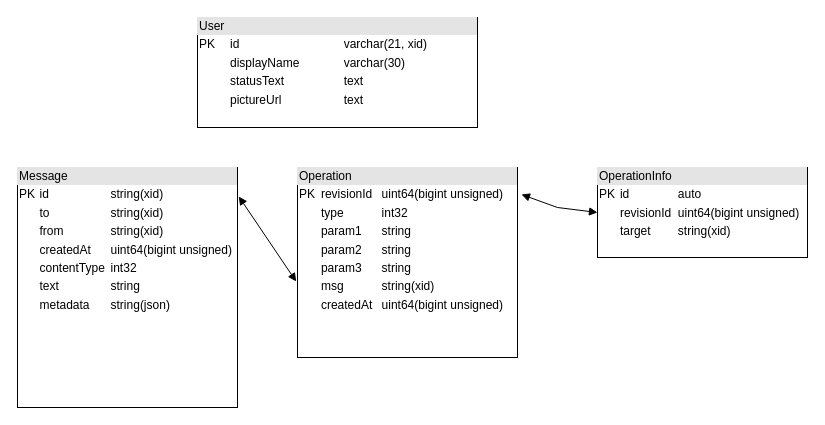
Before: document/データ設計.drawio in x0y14/msnger, a draw.io diagram. Source tidied: cells renumbered, new cells numbered last; positions are measured from the earlier drawing's top-left corner, leaving out a move shared by most shapes. Both pictures are drawn from the tidied source at 100%, with x=0, y=0 at pixel (17, 17).
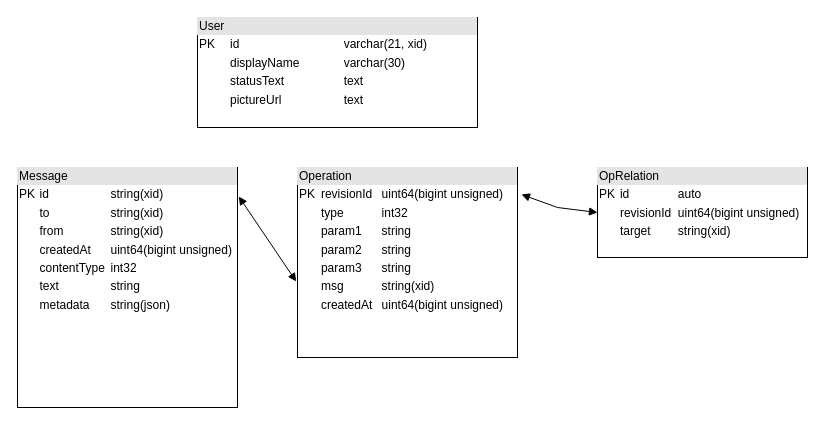
Above is the later version.

Diff of the diagram source:
```diff
@@
 <mxGraphModel>
   <root>
     <mxCell id="0" />
     <mxCell id="1" parent="0" />
     <mxCell id="2" value="&lt;div style=&quot;box-sizing: border-box ; width: 100% ; background: #e4e4e4 ; padding: 2px&quot;&gt;Operation&lt;/div&gt;&lt;table style=&quot;width: 100% ; font-size: 1em&quot; cellpadding=&quot;2&quot; cellspacing=&quot;0&quot;&gt;&lt;tbody&gt;&lt;tr&gt;&lt;td&gt;PK&lt;/td&gt;&lt;td&gt;revisionId&lt;/td&gt;&lt;td&gt;uint64(bigint unsigned)&lt;/td&gt;&lt;/tr&gt;&lt;tr&gt;&lt;td&gt;&lt;br&gt;&lt;/td&gt;&lt;td&gt;type&lt;/td&gt;&lt;td&gt;int32&lt;/td&gt;&lt;/tr&gt;&lt;tr&gt;&lt;td&gt;&lt;/td&gt;&lt;td&gt;param1&lt;/td&gt;&lt;td&gt;string&lt;/td&gt;&lt;/tr&gt;&lt;tr&gt;&lt;td&gt;&lt;br&gt;&lt;/td&gt;&lt;td&gt;param2&lt;/td&gt;&lt;td&gt;string&lt;/td&gt;&lt;/tr&gt;&lt;tr&gt;&lt;td&gt;&lt;br&gt;&lt;/td&gt;&lt;td&gt;param3&lt;/td&gt;&lt;td&gt;string&lt;/td&gt;&lt;/tr&gt;&lt;tr&gt;&lt;td&gt;&lt;br&gt;&lt;/td&gt;&lt;td&gt;msg&lt;/td&gt;&lt;td&gt;string(xid)&lt;/td&gt;&lt;/tr&gt;&lt;tr&gt;&lt;td&gt;&lt;br&gt;&lt;/td&gt;&lt;td&gt;createdAt&lt;/td&gt;&lt;td&gt;uint64(bigint unsigned)&lt;/td&gt;&lt;/tr&gt;&lt;/tbody&gt;&lt;/table&gt;" style="verticalAlign=top;align=left;overflow=fill;html=1;" parent="1" vertex="1">
       <mxGeometry x="280" y="150" width="220" height="190" as="geometry" />
     </mxCell>
-    <mxCell id="3" value="&lt;div style=&quot;box-sizing: border-box ; width: 100% ; background: #e4e4e4 ; padding: 2px&quot;&gt;OperationInfo&lt;/div&gt;&lt;table style=&quot;width: 100% ; font-size: 1em&quot; cellpadding=&quot;2&quot; cellspacing=&quot;0&quot;&gt;&lt;tbody&gt;&lt;tr&gt;&lt;td&gt;PK&lt;/td&gt;&lt;td&gt;id&lt;/td&gt;&lt;td&gt;auto&lt;/td&gt;&lt;/tr&gt;&lt;tr&gt;&lt;td&gt;&lt;br&gt;&lt;/td&gt;&lt;td&gt;revisionId&lt;/td&gt;&lt;td&gt;uint64(bigint unsigned)&lt;/td&gt;&lt;/tr&gt;&lt;tr&gt;&lt;td&gt;&lt;/td&gt;&lt;td&gt;target&lt;/td&gt;&lt;td&gt;string(xid)&lt;/td&gt;&lt;/tr&gt;&lt;/tbody&gt;&lt;/table&gt;" style="verticalAlign=top;align=left;overflow=fill;html=1;" parent="1" vertex="1">
+    <mxCell id="3" value="&lt;div style=&quot;box-sizing: border-box ; width: 100% ; background: #e4e4e4 ; padding: 2px&quot;&gt;OpRelation&lt;/div&gt;&lt;table style=&quot;width: 100% ; font-size: 1em&quot; cellpadding=&quot;2&quot; cellspacing=&quot;0&quot;&gt;&lt;tbody&gt;&lt;tr&gt;&lt;td&gt;PK&lt;/td&gt;&lt;td&gt;id&lt;/td&gt;&lt;td&gt;auto&lt;/td&gt;&lt;/tr&gt;&lt;tr&gt;&lt;td&gt;&lt;br&gt;&lt;/td&gt;&lt;td&gt;revisionId&lt;/td&gt;&lt;td&gt;uint64(bigint unsigned)&lt;/td&gt;&lt;/tr&gt;&lt;tr&gt;&lt;td&gt;&lt;/td&gt;&lt;td&gt;target&lt;/td&gt;&lt;td&gt;string(xid)&lt;/td&gt;&lt;/tr&gt;&lt;/tbody&gt;&lt;/table&gt;" style="verticalAlign=top;align=left;overflow=fill;html=1;" parent="1" vertex="1">
       <mxGeometry x="580" y="150" width="210" height="90" as="geometry" />
     </mxCell>
     <mxCell id="4" value="&lt;div style=&quot;box-sizing: border-box ; width: 100% ; background: #e4e4e4 ; padding: 2px&quot;&gt;Message&lt;/div&gt;&lt;table style=&quot;width: 100% ; font-size: 1em&quot; cellpadding=&quot;2&quot; cellspacing=&quot;0&quot;&gt;&lt;tbody&gt;&lt;tr&gt;&lt;td&gt;PK&lt;/td&gt;&lt;td&gt;id&lt;/td&gt;&lt;td&gt;string(xid)&lt;/td&gt;&lt;/tr&gt;&lt;tr&gt;&lt;td&gt;&lt;br&gt;&lt;/td&gt;&lt;td&gt;to&lt;/td&gt;&lt;td&gt;string(xid)&lt;/td&gt;&lt;/tr&gt;&lt;tr&gt;&lt;td&gt;&lt;/td&gt;&lt;td&gt;from&lt;/td&gt;&lt;td&gt;string(xid)&lt;/td&gt;&lt;/tr&gt;&lt;tr&gt;&lt;td&gt;&lt;br&gt;&lt;/td&gt;&lt;td&gt;createdAt&lt;/td&gt;&lt;td&gt;uint64(bigint unsigned)&lt;/td&gt;&lt;/tr&gt;&lt;tr&gt;&lt;td&gt;&lt;br&gt;&lt;/td&gt;&lt;td&gt;contentType&lt;/td&gt;&lt;td&gt;int32&lt;/td&gt;&lt;/tr&gt;&lt;tr&gt;&lt;td&gt;&lt;br&gt;&lt;/td&gt;&lt;td&gt;text&lt;/td&gt;&lt;td&gt;string&lt;/td&gt;&lt;/tr&gt;&lt;tr&gt;&lt;td&gt;&lt;br&gt;&lt;/td&gt;&lt;td&gt;metadata&lt;/td&gt;&lt;td&gt;string(json)&lt;/td&gt;&lt;/tr&gt;&lt;/tbody&gt;&lt;/table&gt;" style="verticalAlign=top;align=left;overflow=fill;html=1;" parent="1" vertex="1">
       <mxGeometry y="150" width="220" height="240" as="geometry" />
     </mxCell>
     <mxCell id="5" style="endArrow=block;startArrow=block;endFill=1;startFill=1;html=1;rounded=0;entryX=0;entryY=0.5;entryDx=0;entryDy=0;exitX=1.018;exitY=0.142;exitDx=0;exitDy=0;exitPerimeter=0;" parent="1" edge="1" source="2" target="3">
       <mxGeometry relative="1" as="geometry">
         <Array as="points">
           <mxPoint x="540" y="190" />
         </Array>
       </mxGeometry>
     </mxCell>
     <mxCell id="6" style="endArrow=block;startArrow=block;endFill=1;startFill=1;html=1;rounded=0;entryX=-0.006;entryY=0.6;entryDx=0;entryDy=0;exitX=1.006;exitY=0.121;exitDx=0;exitDy=0;exitPerimeter=0;entryPerimeter=0;" parent="1" edge="1" source="4" target="2">
       <mxGeometry relative="1" as="geometry" />
     </mxCell>
     <mxCell id="7" value="&lt;div style=&quot;box-sizing: border-box ; width: 100% ; background: #e4e4e4 ; padding: 2px&quot;&gt;User&lt;/div&gt;&lt;table style=&quot;width: 100% ; font-size: 1em&quot; cellpadding=&quot;2&quot; cellspacing=&quot;0&quot;&gt;&lt;tbody&gt;&lt;tr&gt;&lt;td&gt;PK&lt;/td&gt;&lt;td&gt;id&lt;/td&gt;&lt;td&gt;varchar(21, xid)&lt;/td&gt;&lt;/tr&gt;&lt;tr&gt;&lt;td&gt;&lt;br&gt;&lt;/td&gt;&lt;td&gt;displayName&lt;/td&gt;&lt;td&gt;varchar(30)&lt;/td&gt;&lt;/tr&gt;&lt;tr&gt;&lt;td&gt;&lt;/td&gt;&lt;td&gt;statusText&lt;/td&gt;&lt;td&gt;text&lt;/td&gt;&lt;/tr&gt;&lt;tr&gt;&lt;td&gt;&lt;br&gt;&lt;/td&gt;&lt;td&gt;pictureUrl&lt;/td&gt;&lt;td&gt;text&lt;/td&gt;&lt;/tr&gt;&lt;/tbody&gt;&lt;/table&gt;" style="verticalAlign=top;align=left;overflow=fill;html=1;" parent="1" vertex="1">
       <mxGeometry x="180" width="280" height="110" as="geometry" />
     </mxCell>
   </root>
 </mxGraphModel>
```
